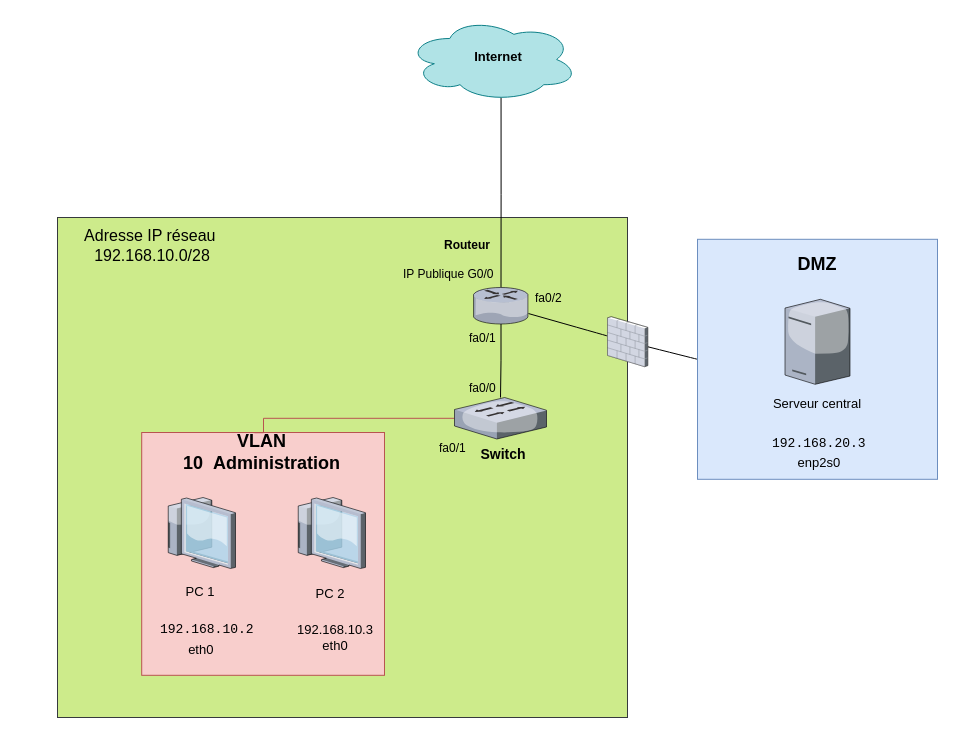
This is Schema_reseau.drawio from leeeooooooooo/Projet_Visualisation, a draw.io file, before an edit. Source tidied: cells renumbered, new cells numbered last; positions are measured from the earlier drawing's top-left corner, leaving out a move shared by most shapes. Both pictures are drawn from the tidied source at 100%, with x=0, y=0 at pixel (17, 17).
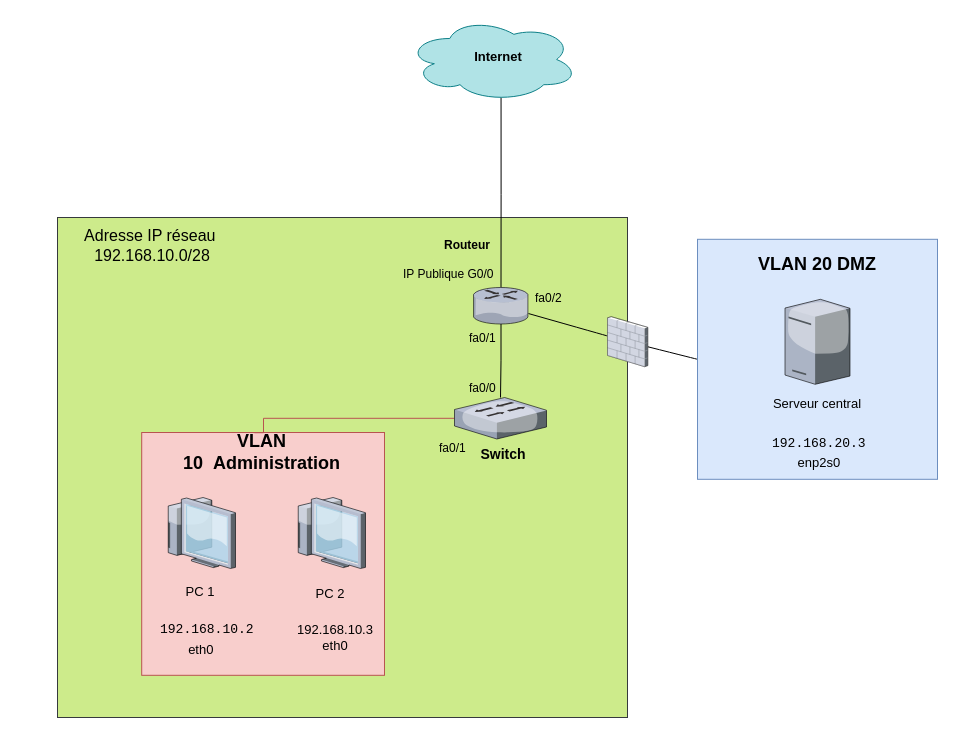
The same diagram, later.

Commit message:
Mettre à jour Schema_reseau.drawio

The edit, as a diff of the source:
```diff
@@
-    <mxCell id="15" value="&lt;span style=&quot;font-size: 18px; background-color: transparent; color: light-dark(rgb(0, 0, 0), rgb(255, 255, 255));&quot;&gt;DMZ&lt;/span&gt;" style="text;strokeColor=none;align=center;fillColor=none;html=1;verticalAlign=middle;whiteSpace=wrap;rounded=0;fontStyle=1;" parent="1" vertex="1">
+    <mxCell id="15" value="&lt;span style=&quot;font-size: 18px; background-color: transparent; color: light-dark(rgb(0, 0, 0), rgb(255, 255, 255));&quot;&gt;VLAN 20 DMZ&lt;/span&gt;" style="text;strokeColor=none;align=center;fillColor=none;html=1;verticalAlign=middle;whiteSpace=wrap;rounded=0;fontStyle=1;" parent="1" vertex="1">
       <mxGeometry x="710" y="231.8" width="180" height="30" as="geometry" />
     </mxCell>
```
